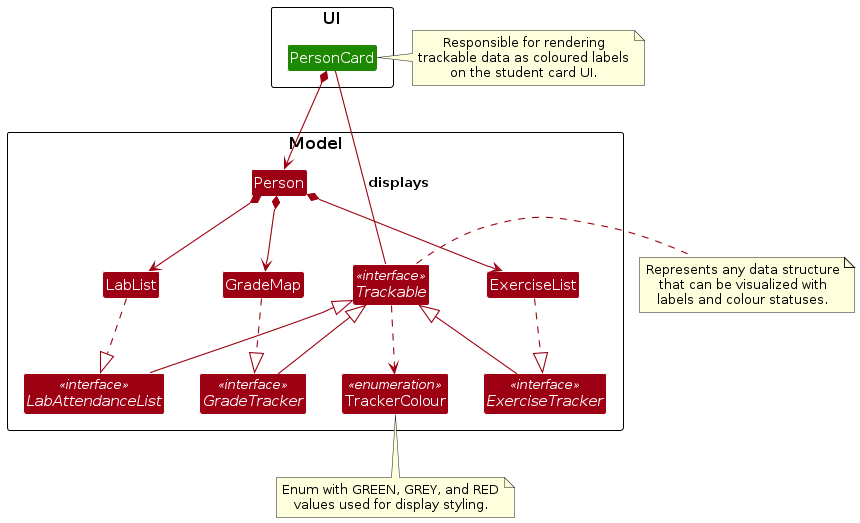
Before: diagrams/Trackable/TrackableClassDiagram.png, a diagram exported from PlantUML (AY2526S1-CS2103T-T09-3/tp). Its source is kept beside it as diagrams/Trackable/TrackableClassDiagram.puml.
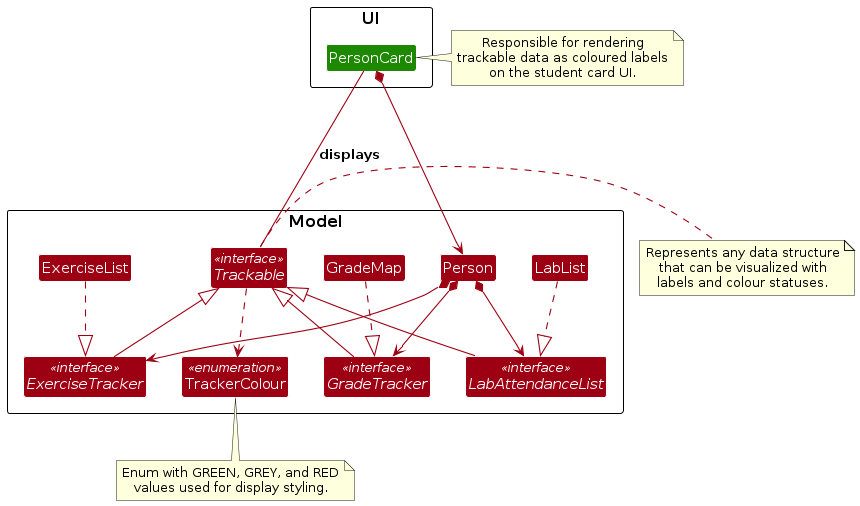
Above is the later version.

What changed in the source:
```diff
@@ -32,10 +32,13 @@
 ExerciseList ..|> ExerciseTracker
 LabList ..|> LabAttendanceList
 
-Person *--> ExerciseList
-Person *--> LabList
-Person *--> GradeMap
+Person *--> GradeTracker
+Person *--> ExerciseTracker
+Person *--> LabAttendanceList
+
 Trackable ..> TrackerColour
+
+
 
 note right of Trackable
 Represents any data structure
```
